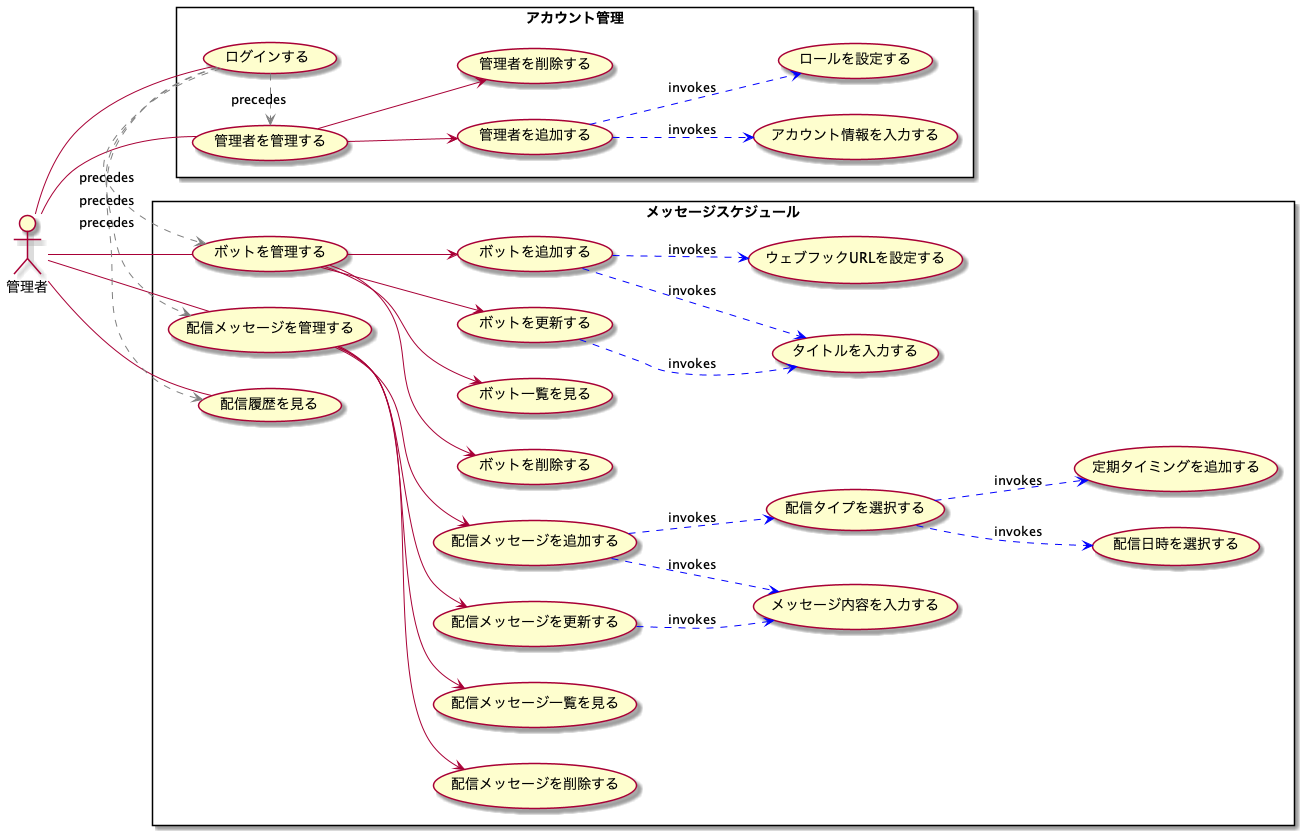
This is diagram/analysis/usecase.png from takemo101/dc-scheduler, a PlantUML export, as it was before one commit. Source of this version:
```plantuml
@startuml usecase

left to right direction

:管理者:

rectangle メッセージスケジュール {
  usecase ボットを管理する
  usecase ボットを更新する
  usecase ボットを追加する
  usecase ボットを削除する
  usecase ボット一覧を見る
  usecase タイトルを入力する
  usecase ウェブフックURLを設定する

  usecase 配信メッセージを管理する
  usecase 配信メッセージを追加する
  usecase 配信メッセージを更新する
  usecase 配信メッセージを削除する
  usecase 配信メッセージ一覧を見る
  usecase メッセージ内容を入力する
  usecase 配信タイプを選択する
  usecase 配信日時を選択する
  usecase 定期タイミングを追加する

  usecase 配信履歴を見る
}

rectangle アカウント管理 {
  usecase ログインする
  usecase 管理者を管理する
  usecase 管理者を追加する
  usecase 管理者を削除する
  usecase アカウント情報を入力する
  usecase ロールを設定する
}

管理者 -- ボットを管理する
ボットを管理する --> ボットを追加する
ボットを管理する --> ボットを更新する
ボットを管理する --> ボットを削除する
ボットを管理する --> ボット一覧を見る
ボットを追加する ..> タイトルを入力する #blue :invokes
ボットを追加する ..> ウェブフックURLを設定する #blue : invokes
ボットを更新する ..> タイトルを入力する #blue :invokes

管理者 -- 配信メッセージを管理する
配信メッセージを管理する --> 配信メッセージを追加する
配信メッセージを管理する --> 配信メッセージを更新する
配信メッセージを管理する --> 配信メッセージを削除する
配信メッセージを管理する --> 配信メッセージ一覧を見る
配信メッセージを追加する ..> メッセージ内容を入力する #blue :invokes
配信メッセージを追加する ..> 配信タイプを選択する #blue :invokes
配信タイプを選択する ..> 配信日時を選択する #blue :invokes
配信タイプを選択する ..> 定期タイミングを追加する #blue :invokes
配信メッセージを更新する ..> メッセージ内容を入力する #blue :invokes

管理者 -- 配信履歴を見る

管理者 -- ログインする
管理者 -- 管理者を管理する
管理者を管理する --> 管理者を追加する
管理者を管理する --> 管理者を削除する
管理者を追加する ..> アカウント情報を入力する #blue :invokes
管理者を追加する ..> ロールを設定する #blue :invokes

ログインする .> ボットを管理する #gray :precedes
ログインする .> 配信メッセージを管理する #gray :precedes
ログインする .> 配信履歴を見る #gray :precedes
ログインする .> 管理者を管理する #gray :precedes

@enduml
```
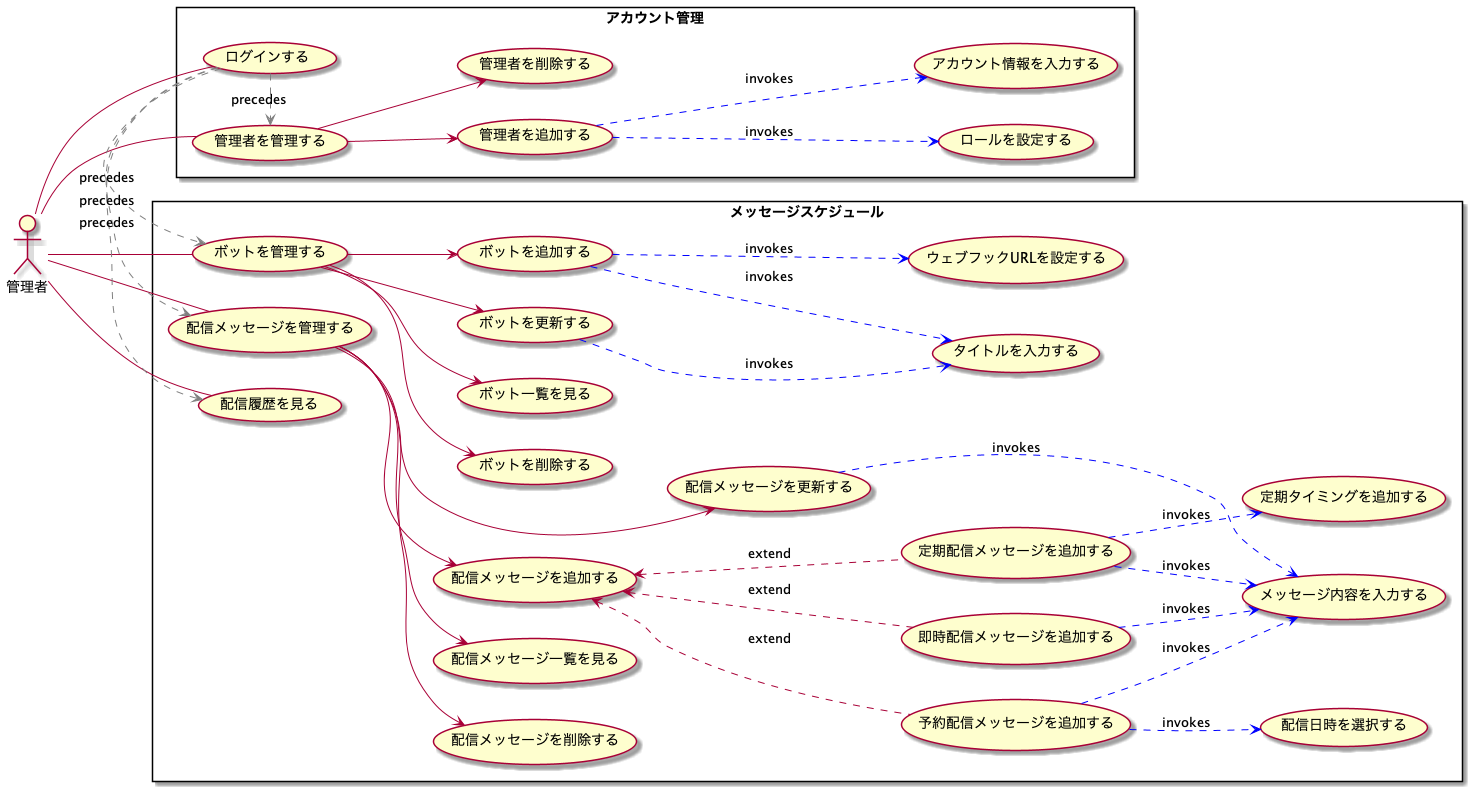
After the commit.

The edit, as a diff of the source:
```diff
@@ -15,11 +15,13 @@
 
   usecase 配信メッセージを管理する
   usecase 配信メッセージを追加する
+  usecase 即時配信メッセージを追加する
+  usecase 定期配信メッセージを追加する
+  usecase 予約配信メッセージを追加する
   usecase 配信メッセージを更新する
   usecase 配信メッセージを削除する
   usecase 配信メッセージ一覧を見る
   usecase メッセージ内容を入力する
-  usecase 配信タイプを選択する
   usecase 配信日時を選択する
   usecase 定期タイミングを追加する
 
@@ -46,13 +48,17 @@
 
 管理者 -- 配信メッセージを管理する
 配信メッセージを管理する --> 配信メッセージを追加する
+配信メッセージを追加する <.. 即時配信メッセージを追加する :extend
+配信メッセージを追加する <.. 定期配信メッセージを追加する :extend
+配信メッセージを追加する <.. 予約配信メッセージを追加する :extend
 配信メッセージを管理する --> 配信メッセージを更新する
 配信メッセージを管理する --> 配信メッセージを削除する
 配信メッセージを管理する --> 配信メッセージ一覧を見る
-配信メッセージを追加する ..> メッセージ内容を入力する #blue :invokes
-配信メッセージを追加する ..> 配信タイプを選択する #blue :invokes
-配信タイプを選択する ..> 配信日時を選択する #blue :invokes
-配信タイプを選択する ..> 定期タイミングを追加する #blue :invokes
+即時配信メッセージを追加する ..> メッセージ内容を入力する #blue :invokes
+定期配信メッセージを追加する ..> メッセージ内容を入力する #blue :invokes
+予約配信メッセージを追加する ..> メッセージ内容を入力する #blue :invokes
+予約配信メッセージを追加する ..> 配信日時を選択する #blue :invokes
+定期配信メッセージを追加する ..> 定期タイミングを追加する #blue :invokes
 配信メッセージを更新する ..> メッセージ内容を入力する #blue :invokes
 
 管理者 -- 配信履歴を見る
```
